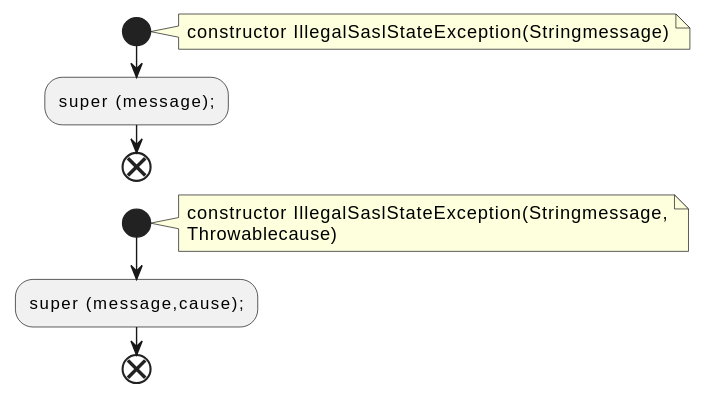
qualitesys/kafka keeps this PlantUML diagram as docs/qc/clients/src/main/java/org/apache/kafka/common/errors/IllegalSaslStateException.java.fct.svg. Above is the earlier version.
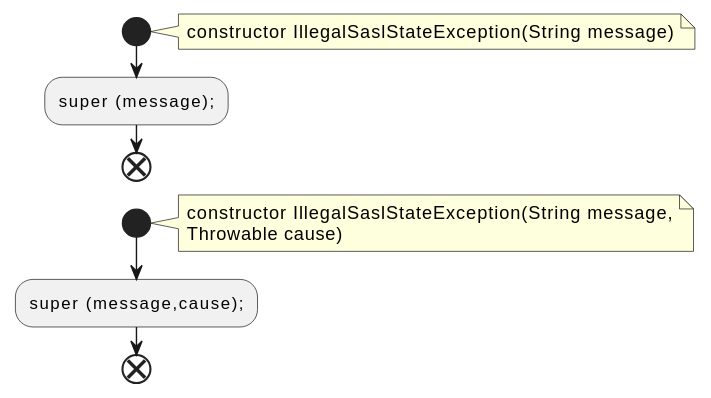
After the commit.

Change to the diagram source:
```diff
@@ -2,14 +2,14 @@
 !pragma layout smetana
 start
 note right
-constructor IllegalSaslStateException(Stringmessage)
+constructor IllegalSaslStateException(String message)
 end note
 :super (message);;
 end
 start
 note right
-constructor IllegalSaslStateException(Stringmessage,
-Throwablecause)
+constructor IllegalSaslStateException(String message,
+Throwable cause)
 end note
 :super (message,cause);;
 end
```
